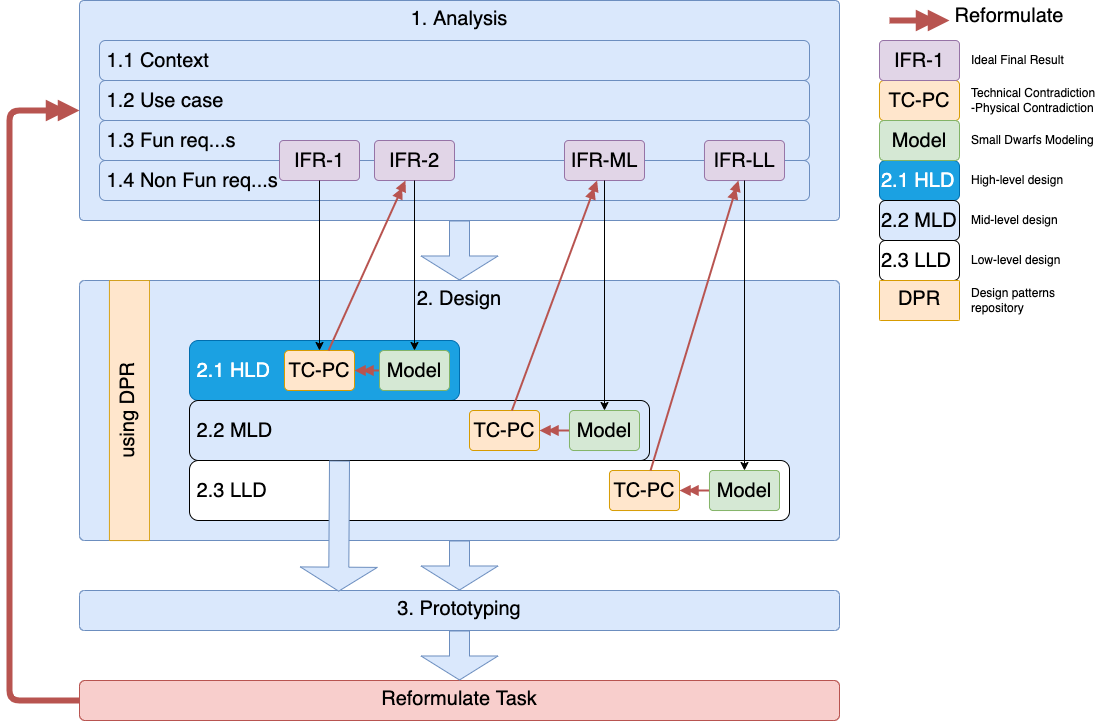
The draw.io diagram Neurotechnologies_and_TRIZ/Innovation_methodology-TRIZ_LS.png in max-talanov/1, before a commit. Source tidied: cells renumbered, new cells last; positions are measured from the earlier drawing's top-left corner, leaving out a move shared by most shapes.
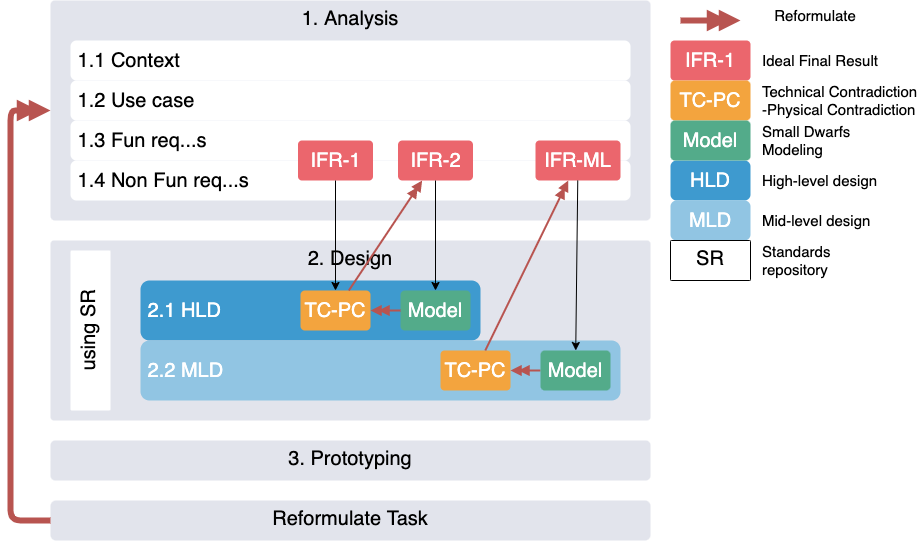
After the change.

Commit message:
TRIZ: redraw IM LS

Diff of the diagram source:
```diff
@@ -4,37 +4,37 @@
     <mxCell id="1" parent="0" />
-    <mxCell id="2" value="1. Analysis" style="rounded=1;whiteSpace=wrap;html=1;fillColor=#dae8fc;strokeColor=#6c8ebf;fontSize=20;arcSize=2;horizontal=1;verticalAlign=top;" parent="1" vertex="1">
-      <mxGeometry x="70" width="760" height="220" as="geometry" />
+    <mxCell id="2" value="1. Analysis" style="rounded=1;whiteSpace=wrap;html=1;fillColor=#E2E4EC;strokeColor=none;fontSize=20;arcSize=2;horizontal=1;verticalAlign=top;" parent="1" vertex="1">
+      <mxGeometry x="70" width="600" height="220" as="geometry" />
     </mxCell>
-    <mxCell id="3" value="&amp;nbsp;1.1 Context" style="rounded=1;whiteSpace=wrap;html=1;fillColor=#dae8fc;strokeColor=#6c8ebf;fontSize=20;align=left;" parent="1" vertex="1">
-      <mxGeometry x="90" y="40" width="710" height="40" as="geometry" />
+    <mxCell id="3" value="&amp;nbsp;1.1 Context" style="rounded=1;whiteSpace=wrap;html=1;fillColor=#FFFFFF;strokeColor=none;fontSize=20;align=left;" parent="1" vertex="1">
+      <mxGeometry x="90" y="40" width="560" height="40" as="geometry" />
     </mxCell>
-    <mxCell id="4" value="&amp;nbsp;1.2 Use case" style="rounded=1;whiteSpace=wrap;html=1;fillColor=#dae8fc;strokeColor=#6c8ebf;fontSize=20;align=left;" parent="1" vertex="1">
-      <mxGeometry x="90" y="80" width="710" height="40" as="geometry" />
+    <mxCell id="4" value="&amp;nbsp;1.2 Use case" style="rounded=1;whiteSpace=wrap;html=1;fillColor=#FFFFFF;strokeColor=none;fontSize=20;align=left;" parent="1" vertex="1">
+      <mxGeometry x="90" y="80" width="560" height="40" as="geometry" />
     </mxCell>
-    <mxCell id="5" value="&amp;nbsp;1.3 Fun req...s" style="rounded=1;whiteSpace=wrap;html=1;fillColor=#dae8fc;strokeColor=#6c8ebf;fontSize=20;align=left;" parent="1" vertex="1">
-      <mxGeometry x="90" y="120" width="710" height="40" as="geometry" />
+    <mxCell id="5" value="&amp;nbsp;1.3 Fun req...s" style="rounded=1;whiteSpace=wrap;html=1;fillColor=#FFFFFF;strokeColor=none;fontSize=20;align=left;" parent="1" vertex="1">
+      <mxGeometry x="90" y="120" width="560" height="40" as="geometry" />
     </mxCell>
-    <mxCell id="6" value="&amp;nbsp;1.4 Non Fun req...s" style="rounded=1;whiteSpace=wrap;html=1;fillColor=#dae8fc;strokeColor=#6c8ebf;fontSize=20;align=left;" parent="1" vertex="1">
-      <mxGeometry x="90" y="160" width="710" height="40" as="geometry" />
+    <mxCell id="6" value="&amp;nbsp;1.4 Non Fun req...s" style="rounded=1;whiteSpace=wrap;html=1;fillColor=#FFFFFF;strokeColor=none;fontSize=20;align=left;" parent="1" vertex="1">
+      <mxGeometry x="90" y="160" width="560" height="40" as="geometry" />
     </mxCell>
-    <mxCell id="7" value="2. Design" style="rounded=1;whiteSpace=wrap;html=1;fillColor=#dae8fc;strokeColor=#6c8ebf;fontSize=20;arcSize=2;horizontal=1;verticalAlign=top;" parent="1" vertex="1">
-      <mxGeometry x="70" y="280" width="760" height="260" as="geometry" />
+    <mxCell id="7" value="2. Design" style="rounded=1;whiteSpace=wrap;html=1;fillColor=#E2E4EC;strokeColor=none;fontSize=20;arcSize=2;horizontal=1;verticalAlign=top;" parent="1" vertex="1">
+      <mxGeometry x="70" y="240" width="600" height="180" as="geometry" />
     </mxCell>
-    <mxCell id="8" value="&amp;nbsp;2.1 HLD" style="rounded=1;whiteSpace=wrap;html=1;fillColor=#1ba1e2;strokeColor=#006EAF;fontSize=20;align=left;fontColor=#ffffff;" parent="1" vertex="1">
-      <mxGeometry x="180" y="340" width="270" height="60" as="geometry" />
+    <mxCell id="8" value="&amp;nbsp;2.1 HLD" style="rounded=1;whiteSpace=wrap;html=1;fillColor=#3E9ACF;strokeColor=none;fontSize=20;align=left;fontColor=#ffffff;" parent="1" vertex="1">
+      <mxGeometry x="160" y="280" width="340" height="60" as="geometry" />
     </mxCell>
-    <mxCell id="9" value="3. Prototyping" style="rounded=1;whiteSpace=wrap;html=1;fillColor=#dae8fc;strokeColor=#6c8ebf;fontSize=20;arcSize=12;horizontal=1;verticalAlign=top;" parent="1" vertex="1">
-      <mxGeometry x="70" y="590" width="760" height="40" as="geometry" />
+    <mxCell id="9" value="3. Prototyping" style="rounded=1;whiteSpace=wrap;html=1;fillColor=#E2E4EC;strokeColor=none;fontSize=20;arcSize=12;horizontal=1;verticalAlign=top;" parent="1" vertex="1">
+      <mxGeometry x="70" y="440" width="600" height="40" as="geometry" />
     </mxCell>
-    <mxCell id="10" value="IFR-1" style="rounded=1;whiteSpace=wrap;html=1;fillColor=#e1d5e7;strokeColor=#9673a6;fontSize=20;arcSize=10;" parent="1" vertex="1">
-      <mxGeometry x="270" y="140" width="80" height="40" as="geometry" />
+    <mxCell id="10" value="IFR-1" style="rounded=1;whiteSpace=wrap;html=1;fillColor=#EB666D;strokeColor=none;fontSize=20;arcSize=10;fontColor=#FFFFFF;" parent="1" vertex="1">
+      <mxGeometry x="317.5" y="140" width="75" height="40" as="geometry" />
     </mxCell>
-    <mxCell id="11" value="IFR-2" style="rounded=1;whiteSpace=wrap;html=1;fillColor=#e1d5e7;strokeColor=#9673a6;fontSize=20;arcSize=11;" parent="1" vertex="1">
-      <mxGeometry x="365" y="140" width="80" height="40" as="geometry" />
+    <mxCell id="11" value="IFR-2" style="rounded=1;whiteSpace=wrap;html=1;fillColor=#EB666D;strokeColor=none;fontSize=20;arcSize=11;fontColor=#FFFFFF;" parent="1" vertex="1">
+      <mxGeometry x="417.5" y="140" width="75" height="40" as="geometry" />
     </mxCell>
-    <mxCell id="12" value="using DPR" style="rounded=1;whiteSpace=wrap;html=1;fillColor=#ffe6cc;strokeColor=#d79b00;fontSize=20;arcSize=2;horizontal=0;verticalAlign=top;" parent="1" vertex="1">
-      <mxGeometry x="100" y="280" width="40" height="260" as="geometry" />
+    <mxCell id="12" value="using SR" style="rounded=1;whiteSpace=wrap;html=1;fontSize=20;arcSize=2;horizontal=0;verticalAlign=top;strokeColor=none;" parent="1" vertex="1">
+      <mxGeometry x="90" y="250" width="40" height="160" as="geometry" />
     </mxCell>
-    <mxCell id="13" value="TC-PC" style="rounded=1;whiteSpace=wrap;html=1;fillColor=#ffe6cc;strokeColor=#d79b00;fontSize=20;arcSize=11;" parent="1" vertex="1">
-      <mxGeometry x="275" y="350" width="70" height="40" as="geometry" />
+    <mxCell id="13" value="TC-PC" style="rounded=1;whiteSpace=wrap;html=1;fillColor=#F3A43E;strokeColor=none;fontSize=20;arcSize=11;fontColor=#FFFFFF;" parent="1" vertex="1">
+      <mxGeometry x="320" y="290" width="70" height="40" as="geometry" />
     </mxCell>
@@ -43,7 +43,7 @@
     </mxCell>
-    <mxCell id="15" style="edgeStyle=none;curved=1;jettySize=auto;html=1;fontSize=12;endArrow=doubleBlock;endFill=1;strokeWidth=2;fillColor=#f8cecc;strokeColor=#b85450;" parent="1" edge="1" source="16" target="13">
+    <mxCell id="15" style="edgeStyle=none;curved=1;jettySize=auto;html=1;fontSize=12;endArrow=doubleBlock;endFill=1;strokeWidth=2;fillColor=#f8cecc;strokeColor=#B85450;" parent="1" edge="1" source="16" target="13">
       <mxGeometry relative="1" as="geometry" />
     </mxCell>
-    <mxCell id="16" value="Model" style="rounded=1;whiteSpace=wrap;html=1;fillColor=#d5e8d4;strokeColor=#82b366;fontSize=20;arcSize=11;" parent="1" vertex="1">
-      <mxGeometry x="370" y="350" width="70" height="40" as="geometry" />
+    <mxCell id="16" value="Model" style="rounded=1;whiteSpace=wrap;html=1;fillColor=#53AB8A;strokeColor=none;fontSize=20;arcSize=11;fontColor=#FFFFFF;" parent="1" vertex="1">
+      <mxGeometry x="420" y="290" width="70" height="40" as="geometry" />
     </mxCell>
@@ -52,47 +52,23 @@
     </mxCell>
-    <mxCell id="18" value="Reformulate Task" style="rounded=1;whiteSpace=wrap;html=1;fillColor=#f8cecc;strokeColor=#b85450;fontSize=20;arcSize=14;horizontal=1;verticalAlign=top;" parent="1" vertex="1">
-      <mxGeometry x="70" y="680" width="760" height="40" as="geometry" />
+    <mxCell id="18" value="Reformulate Task" style="rounded=1;whiteSpace=wrap;html=1;fillColor=#E2E4EC;strokeColor=none;fontSize=20;arcSize=14;horizontal=1;verticalAlign=top;" parent="1" vertex="1">
+      <mxGeometry x="70" y="500" width="600" height="40" as="geometry" />
     </mxCell>
-    <mxCell id="19" value="IFR-ML" style="rounded=1;whiteSpace=wrap;html=1;fillColor=#e1d5e7;strokeColor=#9673a6;fontSize=20;arcSize=10;" parent="1" vertex="1">
-      <mxGeometry x="555" y="140" width="80" height="40" as="geometry" />
+    <mxCell id="19" value="IFR-ML" style="rounded=1;whiteSpace=wrap;html=1;fillColor=#EB666D;strokeColor=none;fontSize=20;arcSize=10;fontColor=#FFFFFF;" parent="1" vertex="1">
+      <mxGeometry x="555" y="140" width="85" height="40" as="geometry" />
     </mxCell>
-    <mxCell id="20" value="IFR-LL" style="rounded=1;whiteSpace=wrap;html=1;fillColor=#e1d5e7;strokeColor=#9673a6;fontSize=20;arcSize=11;" parent="1" vertex="1">
-      <mxGeometry x="695" y="140" width="80" height="40" as="geometry" />
-    </mxCell>
-    <mxCell id="21" value="&amp;nbsp;2.2 MLD" style="rounded=1;whiteSpace=wrap;html=1;fillColor=#dae8fc;strokeColor=#000000;fontSize=20;align=left;" parent="1" vertex="1">
-      <mxGeometry x="180" y="400" width="460" height="60" as="geometry" />
+    <mxCell id="21" value="&amp;nbsp;2.2 MLD" style="rounded=1;whiteSpace=wrap;html=1;fillColor=#91C5E3;strokeColor=none;fontSize=20;align=left;fontColor=#FFFFFF;" parent="1" vertex="1">
+      <mxGeometry x="160" y="340" width="480" height="60" as="geometry" />
     </mxCell>
-    <mxCell id="22" value="&amp;nbsp;2.3 LLD" style="rounded=1;whiteSpace=wrap;html=1;fontSize=20;align=left;" parent="1" vertex="1">
-      <mxGeometry x="180" y="460" width="600" height="60" as="geometry" />
-    </mxCell>
-    <mxCell id="23" style="shape=flexArrow;endArrow=classic;html=1;rounded=0;endWidth=56;endSize=7.67;width=20;fillColor=#dae8fc;strokeColor=#6c8ebf;exitX=0.25;exitY=0;exitDx=0;exitDy=0;entryX=0.341;entryY=0.029;entryDx=0;entryDy=0;entryPerimeter=0;" parent="1" edge="1" source="22" target="9">
-      <mxGeometry relative="1" as="geometry" />
-    </mxCell>
-    <mxCell id="24" style="shape=flexArrow;endArrow=classic;html=1;rounded=0;endWidth=56;endSize=7.67;width=20;fillColor=#dae8fc;strokeColor=#6c8ebf;entryX=0.5;entryY=0;entryDx=0;entryDy=0;" parent="1" edge="1" source="7" target="9">
-      <mxGeometry relative="1" as="geometry" />
-    </mxCell>
-    <mxCell id="25" style="edgeStyle=none;rounded=0;jettySize=auto;html=1;endArrow=doubleBlock;endFill=1;strokeWidth=2;fillColor=#f8cecc;strokeColor=#b85450;" parent="1" edge="1" source="13" target="11">
+    <mxCell id="25" style="edgeStyle=none;rounded=0;jettySize=auto;html=1;endArrow=doubleBlock;endFill=1;strokeWidth=2;fillColor=#f8cecc;strokeColor=#B85450;" parent="1" edge="1" source="13" target="11">
       <mxGeometry relative="1" as="geometry" />
     </mxCell>
-    <mxCell id="26" value="TC-PC" style="rounded=1;whiteSpace=wrap;html=1;fillColor=#ffe6cc;strokeColor=#d79b00;fontSize=20;arcSize=10;" parent="1" vertex="1">
-      <mxGeometry x="460" y="410" width="70" height="40" as="geometry" />
+    <mxCell id="26" value="TC-PC" style="rounded=1;whiteSpace=wrap;html=1;fillColor=#F3A43E;strokeColor=none;fontSize=20;arcSize=10;fontColor=#FFFFFF;" parent="1" vertex="1">
+      <mxGeometry x="460" y="350" width="70" height="40" as="geometry" />
     </mxCell>
-    <mxCell id="27" style="edgeStyle=none;rounded=0;jettySize=auto;html=1;endArrow=doubleBlock;endFill=1;startArrow=none;exitX=0;exitY=0.5;exitDx=0;exitDy=0;strokeWidth=2;fillColor=#f8cecc;strokeColor=#b85450;" parent="1" edge="1" source="34" target="26">
+    <mxCell id="27" style="edgeStyle=none;rounded=0;jettySize=auto;html=1;endArrow=doubleBlock;endFill=1;startArrow=none;exitX=0;exitY=0.5;exitDx=0;exitDy=0;strokeWidth=2;fillColor=#f8cecc;strokeColor=#B85450;" parent="1" edge="1" source="34" target="26">
       <mxGeometry relative="1" as="geometry" />
     </mxCell>
-    <mxCell id="28" style="edgeStyle=none;rounded=0;jettySize=auto;html=1;endArrow=doubleBlock;endFill=1;strokeWidth=2;fillColor=#f8cecc;strokeColor=#b85450;" parent="1" edge="1" source="26" target="19">
+    <mxCell id="28" style="edgeStyle=none;rounded=0;jettySize=auto;html=1;endArrow=doubleBlock;endFill=1;strokeWidth=2;fillColor=#f8cecc;strokeColor=#B85450;" parent="1" edge="1" source="26" target="19">
       <mxGeometry relative="1" as="geometry" />
     </mxCell>
-    <mxCell id="29" value="TC-PC" style="rounded=1;whiteSpace=wrap;html=1;fillColor=#ffe6cc;strokeColor=#d79b00;fontSize=20;arcSize=9;" parent="1" vertex="1">
-      <mxGeometry x="600" y="470" width="70" height="40" as="geometry" />
-    </mxCell>
-    <mxCell id="30" style="edgeStyle=none;rounded=0;jettySize=auto;html=1;endArrow=doubleBlock;endFill=1;startArrow=none;strokeWidth=2;fillColor=#f8cecc;strokeColor=#b85450;" parent="1" edge="1" source="35" target="29">
-      <mxGeometry relative="1" as="geometry" />
-    </mxCell>
-    <mxCell id="31" style="edgeStyle=none;rounded=0;jettySize=auto;html=1;endArrow=doubleBlock;endFill=1;strokeWidth=2;fillColor=#f8cecc;strokeColor=#b85450;" parent="1" edge="1" source="29" target="20">
-      <mxGeometry relative="1" as="geometry" />
-    </mxCell>
-    <mxCell id="32" style="edgeStyle=none;rounded=0;jettySize=auto;html=1;endArrow=classic;endFill=1;" parent="1" edge="1" source="20" target="35">
-      <mxGeometry relative="1" as="geometry" />
-    </mxCell>
     <mxCell id="33" style="edgeStyle=none;rounded=0;jettySize=auto;html=1;endArrow=classic;endFill=1;" parent="1" edge="1" source="19" target="34">
@@ -100,14 +76,5 @@
     </mxCell>
-    <mxCell id="34" value="Model" style="rounded=1;whiteSpace=wrap;html=1;fillColor=#d5e8d4;strokeColor=#82b366;fontSize=20;arcSize=11;" parent="1" vertex="1">
-      <mxGeometry x="560" y="410" width="70" height="40" as="geometry" />
+    <mxCell id="34" value="Model" style="rounded=1;whiteSpace=wrap;html=1;fillColor=#53AB8A;strokeColor=none;fontSize=20;arcSize=11;fontColor=#FFFFFF;" parent="1" vertex="1">
+      <mxGeometry x="560" y="350" width="70" height="40" as="geometry" />
     </mxCell>
-    <mxCell id="35" value="Model" style="rounded=1;whiteSpace=wrap;html=1;fillColor=#d5e8d4;strokeColor=#82b366;fontSize=20;arcSize=9;" parent="1" vertex="1">
-      <mxGeometry x="700" y="470" width="70" height="40" as="geometry" />
-    </mxCell>
-    <mxCell id="36" style="shape=flexArrow;endArrow=classic;html=1;rounded=0;endWidth=56;endSize=7.67;width=20;fillColor=#dae8fc;strokeColor=#6c8ebf;" parent="1" edge="1" source="9" target="18">
-      <mxGeometry relative="1" as="geometry" />
-    </mxCell>
-    <mxCell id="37" style="shape=flexArrow;endArrow=classic;html=1;rounded=0;endWidth=56;endSize=7.67;width=20;fillColor=#dae8fc;strokeColor=#6c8ebf;exitX=0.5;exitY=1;exitDx=0;exitDy=0;" parent="1" edge="1" source="2" target="7">
-      <mxGeometry relative="1" as="geometry" />
-    </mxCell>
     <mxCell id="38" style="edgeStyle=none;jettySize=auto;html=1;endArrow=doubleBlock;endFill=1;strokeWidth=6;fontSize=16;fillColor=#f8cecc;strokeColor=#b85450;exitX=0;exitY=0.5;exitDx=0;exitDy=0;entryX=0;entryY=0.5;entryDx=0;entryDy=0;rounded=1;" parent="1" edge="1" source="18" target="2">
@@ -115,4 +82,4 @@
         <Array as="points">
-          <mxPoint y="700" />
-          <mxPoint y="110" />
+          <mxPoint x="30" y="520" />
+          <mxPoint x="30" y="110" />
         </Array>
@@ -120,13 +87,10 @@
     </mxCell>
-    <mxCell id="39" value="2.1 HLD" style="rounded=1;whiteSpace=wrap;html=1;fillColor=#1ba1e2;strokeColor=#006EAF;fontSize=20;align=left;fontColor=#ffffff;" parent="1" vertex="1">
-      <mxGeometry x="870" y="160" width="80" height="40" as="geometry" />
+    <mxCell id="39" value="HLD" style="rounded=1;whiteSpace=wrap;html=1;fillColor=#3E9ACF;strokeColor=none;fontSize=20;align=center;fontColor=#ffffff;" parent="1" vertex="1">
+      <mxGeometry x="690" y="160" width="80" height="40" as="geometry" />
     </mxCell>
-    <mxCell id="40" value="2.2 MLD" style="rounded=1;whiteSpace=wrap;html=1;fillColor=#dae8fc;strokeColor=#000000;fontSize=20;align=left;" parent="1" vertex="1">
-      <mxGeometry x="870" y="200" width="80" height="40" as="geometry" />
+    <mxCell id="40" value="MLD" style="rounded=1;whiteSpace=wrap;html=1;fillColor=#91C5E3;strokeColor=none;fontSize=20;align=center;fontColor=#FFFFFF;" parent="1" vertex="1">
+      <mxGeometry x="690" y="200" width="80" height="40" as="geometry" />
     </mxCell>
-    <mxCell id="41" value="2.3 LLD" style="rounded=1;whiteSpace=wrap;html=1;fontSize=20;align=left;" parent="1" vertex="1">
-      <mxGeometry x="870" y="240" width="80" height="40" as="geometry" />
-    </mxCell>
-    <mxCell id="42" value="DPR" style="rounded=1;whiteSpace=wrap;html=1;fillColor=#ffe6cc;strokeColor=#d79b00;fontSize=20;arcSize=2;horizontal=0;verticalAlign=top;rotation=90;" parent="1" vertex="1">
-      <mxGeometry x="890" y="260" width="40" height="80" as="geometry" />
+    <mxCell id="42" value="SR" style="rounded=1;whiteSpace=wrap;html=1;fillColor=#FFFFFF;strokeColor=#000000;fontSize=20;arcSize=2;horizontal=0;verticalAlign=top;rotation=90;" parent="1" vertex="1">
+      <mxGeometry x="710" y="220" width="40" height="80" as="geometry" />
     </mxCell>
@@ -135,39 +99,36 @@
       <mxGeometry relative="1" as="geometry">
-        <mxPoint x="880" y="20" as="sourcePoint" />
-        <mxPoint x="940" y="20" as="targetPoint" />
+        <mxPoint x="700" y="20" as="sourcePoint" />
+        <mxPoint x="760" y="20" as="targetPoint" />
       </mxGeometry>
     </mxCell>
-    <mxCell id="45" value="TC-PC" style="rounded=1;whiteSpace=wrap;html=1;fillColor=#ffe6cc;strokeColor=#d79b00;fontSize=20;arcSize=11;" parent="43" vertex="1">
-      <mxGeometry x="870" y="80" width="80" height="40" as="geometry" />
+    <mxCell id="45" value="TC-PC" style="rounded=1;whiteSpace=wrap;html=1;fillColor=#F3A43E;strokeColor=none;fontSize=20;arcSize=11;fontColor=#FFFFFF;" parent="43" vertex="1">
+      <mxGeometry x="690" y="80" width="80" height="40" as="geometry" />
     </mxCell>
-    <mxCell id="46" value="IFR-1" style="rounded=1;whiteSpace=wrap;html=1;fillColor=#e1d5e7;strokeColor=#9673a6;fontSize=20;arcSize=10;" parent="43" vertex="1">
-      <mxGeometry x="870" y="40" width="80" height="40" as="geometry" />
+    <mxCell id="46" value="IFR-1" style="rounded=1;whiteSpace=wrap;html=1;fillColor=#EB666D;strokeColor=none;fontSize=20;arcSize=10;fontColor=#FFFFFF;" parent="43" vertex="1">
+      <mxGeometry x="690" y="40" width="80" height="40" as="geometry" />
     </mxCell>
-    <mxCell id="47" value="Model" style="rounded=1;whiteSpace=wrap;html=1;fillColor=#d5e8d4;strokeColor=#82b366;fontSize=20;arcSize=11;" parent="43" vertex="1">
-      <mxGeometry x="870" y="120" width="80" height="40" as="geometry" />
+    <mxCell id="47" value="Model" style="rounded=1;whiteSpace=wrap;html=1;fillColor=#53AB8A;strokeColor=none;fontSize=20;arcSize=11;fontColor=#FFFFFF;" parent="43" vertex="1">
+      <mxGeometry x="690" y="120" width="80" height="40" as="geometry" />
     </mxCell>
-    <mxCell id="48" value="Technical Contradiction -Physical Contradiction" style="text;html=1;strokeColor=none;fillColor=none;align=left;verticalAlign=middle;whiteSpace=wrap;rounded=0;fontSize=12;" parent="43" vertex="1">
-      <mxGeometry x="960" y="80" width="130" height="40" as="geometry" />
+    <mxCell id="48" value="Technical Contradiction -Physical Contradiction" style="text;html=1;strokeColor=none;fillColor=none;align=left;verticalAlign=middle;whiteSpace=wrap;rounded=0;fontSize=15;" parent="43" vertex="1">
+      <mxGeometry x="780" y="80" width="160" height="40" as="geometry" />
     </mxCell>
-    <mxCell id="49" value="Design patterns repository" style="text;html=1;strokeColor=none;fillColor=none;align=left;verticalAlign=middle;whiteSpace=wrap;rounded=0;fontSize=12;" parent="43" vertex="1">
-      <mxGeometry x="960" y="280" width="130" height="40" as="geometry" />
+    <mxCell id="49" value="Standards repository" style="text;html=1;strokeColor=none;fillColor=none;align=left;verticalAlign=middle;whiteSpace=wrap;rounded=0;fontSize=15;" parent="43" vertex="1">
+      <mxGeometry x="780" y="240" width="130" height="40" as="geometry" />
     </mxCell>
-    <mxCell id="50" value="Reformulate" style="text;html=1;strokeColor=none;fillColor=none;align=center;verticalAlign=middle;whiteSpace=wrap;rounded=0;fontSize=20;" parent="43" vertex="1">
-      <mxGeometry x="960" width="80" height="30" as="geometry" />
+    <mxCell id="50" value="Reformulate" style="text;html=1;strokeColor=none;fillColor=none;align=center;verticalAlign=middle;whiteSpace=wrap;rounded=0;fontSize=15;" parent="43" vertex="1">
+      <mxGeometry x="780" width="110" height="30" as="geometry" />
     </mxCell>
-    <mxCell id="51" value="Ideal Final Result" style="text;html=1;strokeColor=none;fillColor=none;align=left;verticalAlign=middle;whiteSpace=wrap;rounded=0;fontSize=12;" parent="43" vertex="1">
-      <mxGeometry x="960" y="40" width="130" height="40" as="geometry" />
+    <mxCell id="51" value="Ideal Final Result" style="text;html=1;strokeColor=none;fillColor=none;align=left;verticalAlign=middle;whiteSpace=wrap;rounded=0;fontSize=15;" parent="43" vertex="1">
+      <mxGeometry x="780" y="40" width="130" height="40" as="geometry" />
     </mxCell>
-    <mxCell id="52" value="Small Dwarfs Modeling" style="text;html=1;strokeColor=none;fillColor=none;align=left;verticalAlign=middle;whiteSpace=wrap;rounded=0;fontSize=12;" parent="43" vertex="1">
-      <mxGeometry x="960" y="120" width="130" height="40" as="geometry" />
+    <mxCell id="52" value="Small Dwarfs Modeling" style="text;html=1;strokeColor=none;fillColor=none;align=left;verticalAlign=middle;whiteSpace=wrap;rounded=0;fontSize=15;" parent="43" vertex="1">
+      <mxGeometry x="780" y="120" width="130" height="40" as="geometry" />
     </mxCell>
-    <mxCell id="53" value="High-level design" style="text;html=1;strokeColor=none;fillColor=none;align=left;verticalAlign=middle;whiteSpace=wrap;rounded=0;fontSize=12;" parent="43" vertex="1">
-      <mxGeometry x="960" y="160" width="130" height="40" as="geometry" />
+    <mxCell id="53" value="High-level design" style="text;html=1;strokeColor=none;fillColor=none;align=left;verticalAlign=middle;whiteSpace=wrap;rounded=0;fontSize=15;" parent="43" vertex="1">
+      <mxGeometry x="780" y="160" width="130" height="40" as="geometry" />
     </mxCell>
-    <mxCell id="54" value="Mid-level design" style="text;html=1;strokeColor=none;fillColor=none;align=left;verticalAlign=middle;whiteSpace=wrap;rounded=0;fontSize=12;" parent="43" vertex="1">
-      <mxGeometry x="960" y="200" width="130" height="40" as="geometry" />
+    <mxCell id="54" value="Mid-level design" style="text;html=1;strokeColor=none;fillColor=none;align=left;verticalAlign=middle;whiteSpace=wrap;rounded=0;fontSize=15;" parent="43" vertex="1">
+      <mxGeometry x="780" y="200" width="130" height="40" as="geometry" />
     </mxCell>
-    <mxCell id="55" value="Low-level design" style="text;html=1;strokeColor=none;fillColor=none;align=left;verticalAlign=middle;whiteSpace=wrap;rounded=0;fontSize=12;" parent="43" vertex="1">
-      <mxGeometry x="960" y="240" width="130" height="40" as="geometry" />
-    </mxCell>
   </root>
```
